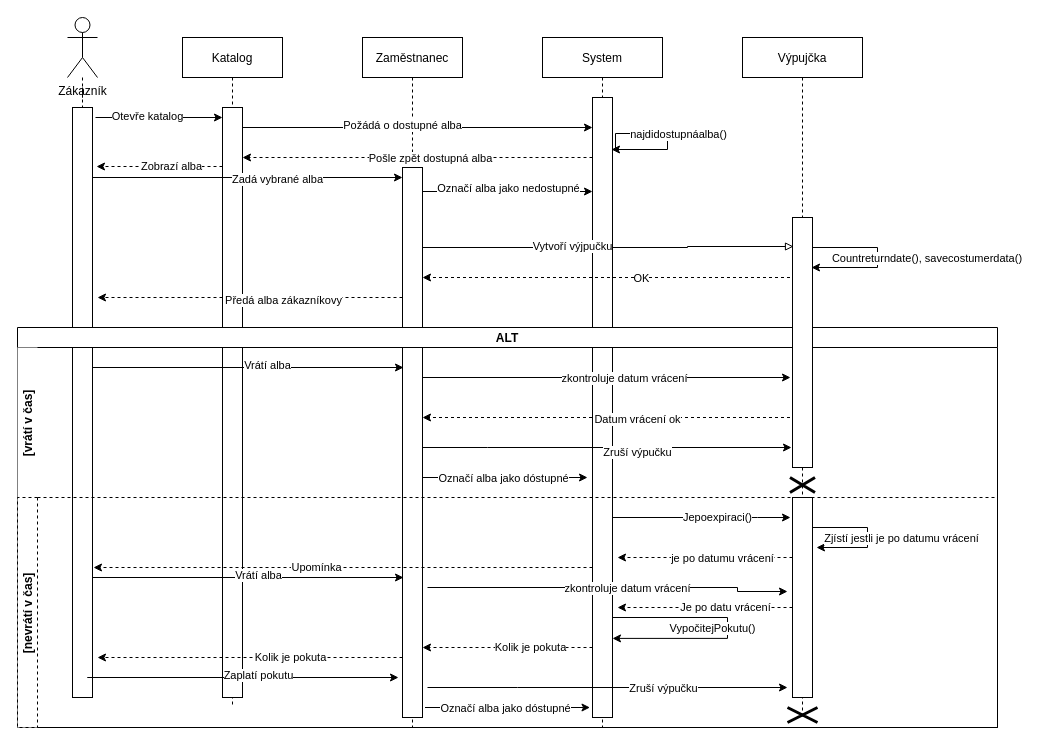
Above: Untitled Diagram.drawio in 00663/00663 (draw.io), before the change. Source tidied: cells renumbered, new cells numbered last; positions are measured from the earlier drawing's top-left corner, leaving out a move shared by most shapes. Both pictures are drawn from the tidied source at 100%, with x=0, y=0 at pixel (17, 17).
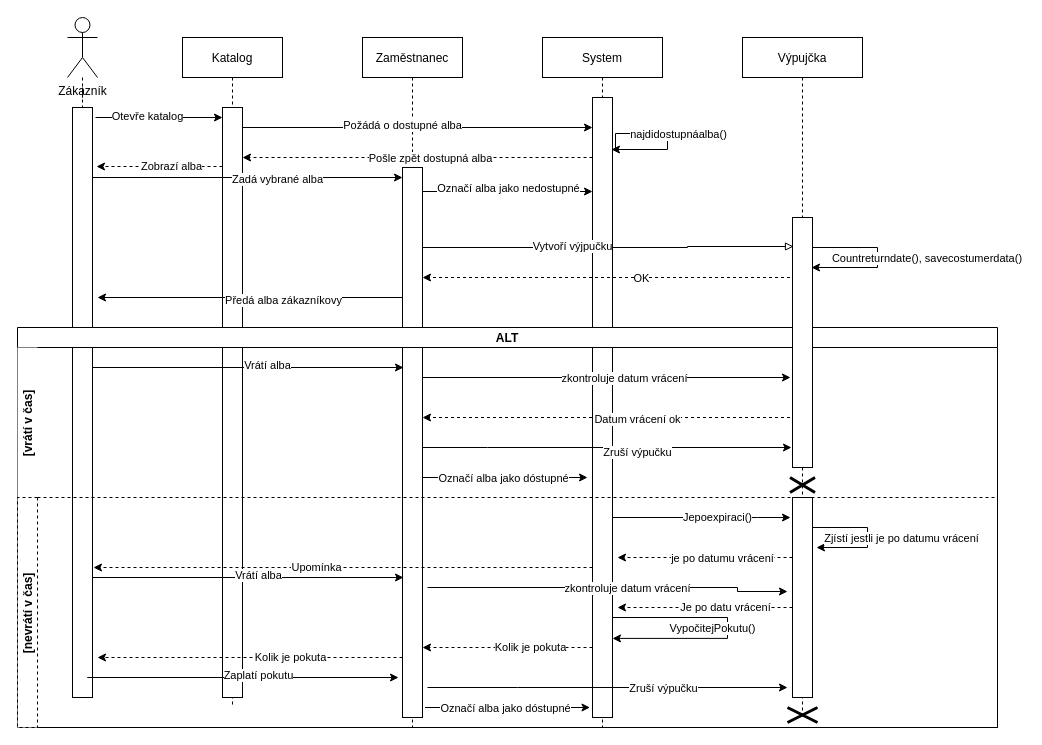
The same page after the edit.

Unchanged cells that the change refers to:
```xml
<mxCell id="5" style="rounded=0;whiteSpace=wrap;html=1;" parent="4" vertex="1">
  <mxGeometry x="40" y="130" width="20" height="550" as="geometry" />
</mxCell>
```

The edit, as a diff of the source:
```diff
@@
-    <mxCell id="31" style="edgeStyle=orthogonalEdgeStyle;rounded=0;jettySize=auto;html=1;dashed=1;startArrow=none;startFill=0;endArrow=classic;endFill=1;" parent="1" edge="1" source="5">
+    <mxCell id="31" style="edgeStyle=orthogonalEdgeStyle;rounded=0;jettySize=auto;html=1;startArrow=none;startFill=0;endArrow=classic;endFill=1;" parent="1" edge="1" source="5">
       <mxGeometry relative="1" as="geometry">
         <mxPoint x="80" y="280" as="targetPoint" />
         <Array as="points">
           <mxPoint x="310" y="280" />
           <mxPoint x="310" y="280" />
         </Array>
       </mxGeometry>
     </mxCell>
```
